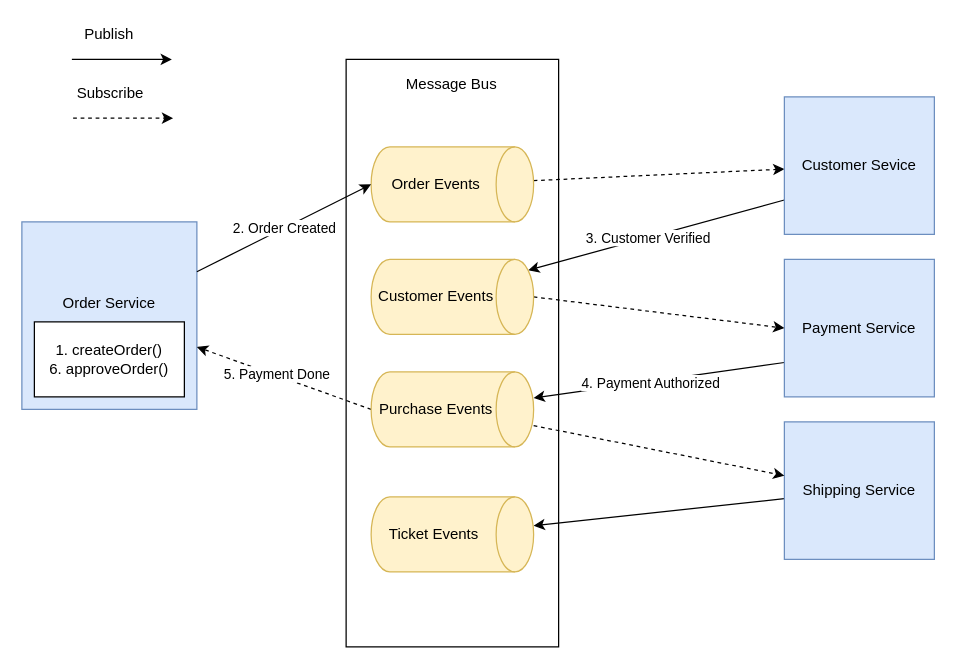
Above: resources/choreography.drawio in rgyani/microservice-patterns (draw.io), before the change. Source tidied: cells renumbered, new cells numbered last; positions are measured from the earlier drawing's top-left corner, leaving out a move shared by most shapes. Both pictures are drawn from the tidied source at 125%, with x=0, y=0 at pixel (21, 21).
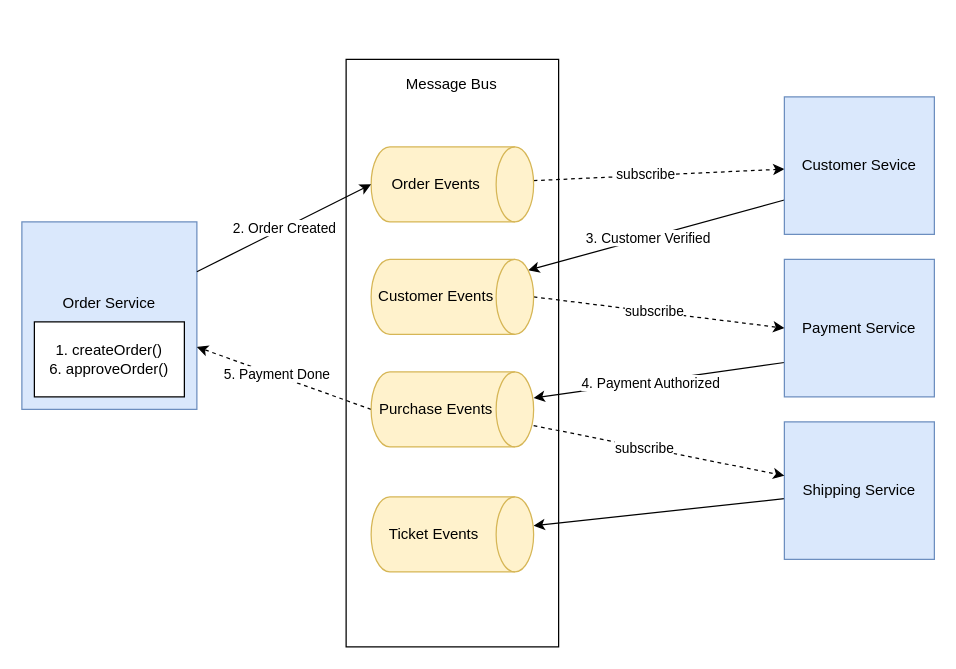
The same page after the edit.

The change refers to these unchanged cells:
```xml
<mxCell id="5" style="rounded=0;jettySize=auto;html=1;dashed=1;" parent="1" edge="1" source="6" target="9">
  <mxGeometry relative="1" as="geometry" />
</mxCell>
<mxCell id="20" style="edgeStyle=none;rounded=0;jettySize=auto;html=1;exitX=0.5;exitY=0;exitDx=0;exitDy=0;exitPerimeter=0;entryX=0;entryY=0.5;entryDx=0;entryDy=0;dashed=1;" parent="1" edge="1" source="21" target="12">
  <mxGeometry relative="1" as="geometry" />
</mxCell>
<mxCell id="24" style="edgeStyle=none;rounded=0;jettySize=auto;html=1;dashed=1;" parent="1" edge="1" source="25" target="14">
  <mxGeometry relative="1" as="geometry" />
</mxCell>
```

Change to the diagram source:
```diff
@@
+    <mxCell id="28" value="subscribe" style="edgeLabel;html=1;align=center;verticalAlign=middle;" parent="5" vertex="1">
+      <mxGeometry x="-0.11" y="1" relative="1" as="geometry" />
+    </mxCell>
@@
-    <mxCell id="15" style="endArrow=classic;html=1;" parent="1" edge="1">
-      <mxGeometry relative="1" as="geometry">
-        <mxPoint x="40" y="30" as="sourcePoint" />
-        <mxPoint x="120" y="30" as="targetPoint" />
-      </mxGeometry>
-    </mxCell>
-    <mxCell id="16" value="Publish" style="text;html=1;strokeColor=none;fillColor=none;align=center;verticalAlign=middle;whiteSpace=wrap;rounded=0;" parent="1" vertex="1">
-      <mxGeometry x="30" width="80" height="20" as="geometry" />
-    </mxCell>
-    <mxCell id="17" style="endArrow=classic;html=1;dashed=1;" parent="1" edge="1">
-      <mxGeometry relative="1" as="geometry">
-        <mxPoint x="41" y="77" as="sourcePoint" />
-        <mxPoint x="121" y="77" as="targetPoint" />
-      </mxGeometry>
-    </mxCell>
-    <mxCell id="18" value="Subscribe" style="text;html=1;strokeColor=none;fillColor=none;align=center;verticalAlign=middle;whiteSpace=wrap;rounded=0;" parent="1" vertex="1">
-      <mxGeometry x="31" y="47" width="80" height="20" as="geometry" />
-    </mxCell>
@@
+    <mxCell id="29" value="subscribe" style="edgeLabel;html=1;align=center;verticalAlign=middle;" parent="20" vertex="1">
+      <mxGeometry x="-0.04" relative="1" as="geometry" />
+    </mxCell>
@@
+    <mxCell id="30" value="subscribe" style="edgeLabel;html=1;align=center;verticalAlign=middle;" parent="24" vertex="1">
+      <mxGeometry x="-0.12" relative="1" as="geometry" />
+    </mxCell>
```
